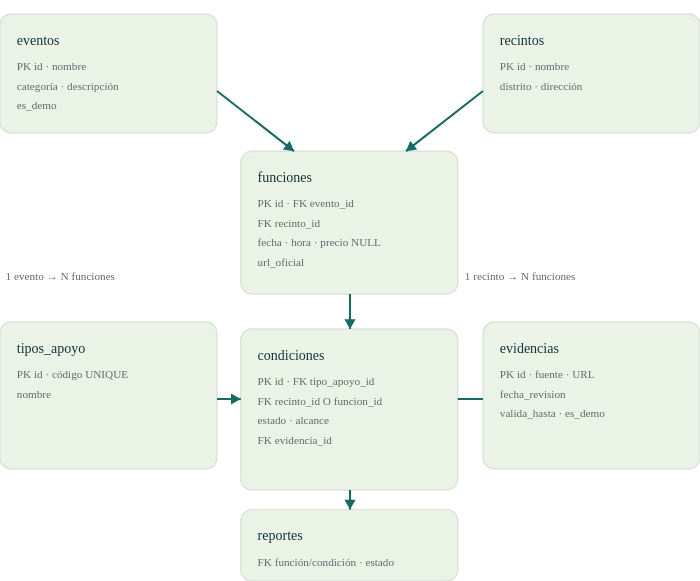
This is docs/base-datos.svg from roykevinh9-boop/culturaaccesible-lima, a PlantUML export, as it was before one commit. Its source is kept beside it as docs/base-datos.puml. Its diagram source:
```plantuml
@startuml
title CulturaAccesible Lima · Modelo relacional implementado
hide circle
skinparam linetype ortho
entity recintos {
* id : BIGINT <<PK>>
--
nombre : VARCHAR(160)
distrito : VARCHAR(80)
direccion : VARCHAR(200)
}
entity eventos {
* id : BIGINT <<PK>>
--
nombre : VARCHAR(180)
descripcion : TEXT
categoria : VARCHAR(60)
es_demo : INT
}
entity funciones {
* id : BIGINT <<PK>>
--
evento_id : BIGINT <<FK>>
recinto_id : BIGINT <<FK>>
fecha : DATE
hora : TIME
precio_oficial : DECIMAL(10,2) NULL
url_oficial : VARCHAR(600) NULL
}
entity tipos_apoyo {
* id : BIGINT <<PK>>
--
codigo : VARCHAR(40) UNIQUE
nombre : VARCHAR(100)
}
entity evidencias {
* id : BIGINT <<PK>>
--
fuente : VARCHAR(200)
url : VARCHAR(600) NULL
fecha_revision : DATE
valida_hasta : DATE NULL
es_demo : INT
}
entity condiciones {
* id : BIGINT <<PK>>
--
tipo_apoyo_id : BIGINT <<FK>>
alcance : RECINTO / FUNCION
recinto_id : BIGINT NULL <<FK>>
funcion_id : BIGINT NULL <<FK>>
estado : VARCHAR(20)
evidencia_id : BIGINT NULL <<FK>>
observacion : VARCHAR(800)
}
entity reportes {
* id : BIGINT <<PK>>
--
funcion_id : BIGINT <<FK>>
condicion_id : BIGINT NULL <<FK>>
comentario : VARCHAR(1000)
estado : VARCHAR(20)
creado_en : TIMESTAMP
}
eventos ||--o{ funciones
recintos ||--o{ funciones
recintos |o--o{ condiciones
funciones |o--o{ condiciones
tipos_apoyo ||--o{ condiciones
evidencias |o--o{ condiciones
funciones ||--o{ reportes
condiciones |o--o{ reportes
note bottom of condiciones
Una condición pertenece a un recinto O a una función.
El CHECK impide referencias simultáneas o vacías.
UNIQUE por tipo de apoyo y alcance concreto.
end note
@enduml
```
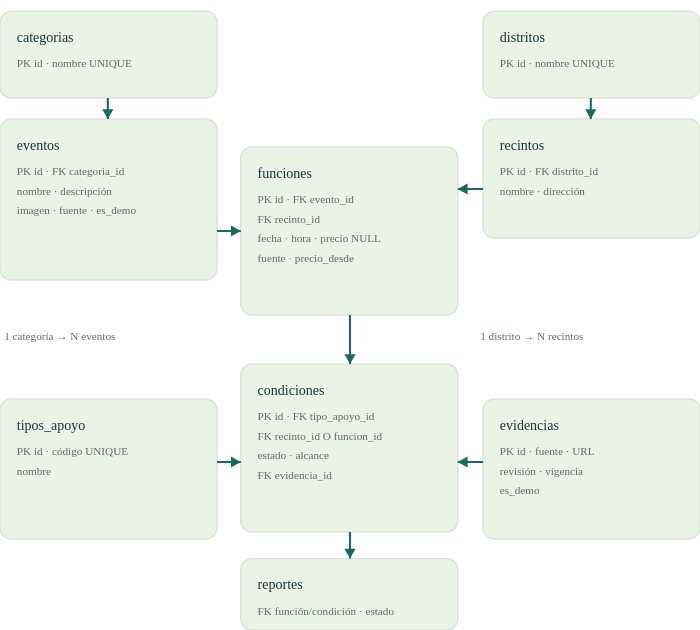
After the change.

Change to the diagram source:
```diff
@@ -2,11 +2,21 @@
 title CulturaAccesible Lima · Modelo relacional implementado
 hide circle
 skinparam linetype ortho
+entity categorias {
+* id : BIGINT <<PK>>
+--
+nombre : VARCHAR(60) UNIQUE
+}
+entity distritos {
+* id : BIGINT <<PK>>
+--
+nombre : VARCHAR(80) UNIQUE
+}
 entity recintos {
 * id : BIGINT <<PK>>
 --
 nombre : VARCHAR(160)
-distrito : VARCHAR(80)
+distrito_id : BIGINT <<FK>>
 direccion : VARCHAR(200)
 }
 entity eventos {
@@ -14,8 +24,12 @@
 --
 nombre : VARCHAR(180)
 descripcion : TEXT
-categoria : VARCHAR(60)
+categoria_id : BIGINT <<FK>>
 es_demo : INT
+fuente_id : VARCHAR(220) UNIQUE NULL
+imagen_url : VARCHAR(1200) NULL
+imagen_alt : VARCHAR(350) NULL
+imagen_credito : VARCHAR(180) NULL
 }
 entity funciones {
 * id : BIGINT <<PK>>
@@ -26,6 +40,9 @@
 hora : TIME
 precio_oficial : DECIMAL(10,2) NULL
 url_oficial : VARCHAR(600) NULL
+fuente_id : VARCHAR(220) UNIQUE NULL
+precio_desde : INT
+consultado_en : DATE NULL
 }
 entity tipos_apoyo {
 * id : BIGINT <<PK>>
@@ -68,6 +85,8 @@
 funciones |o--o{ condiciones
 tipos_apoyo ||--o{ condiciones
 evidencias |o--o{ condiciones
+categorias ||--o{ eventos
+distritos ||--o{ recintos
 funciones ||--o{ reportes
 condiciones |o--o{ reportes
 note bottom of condiciones
```
